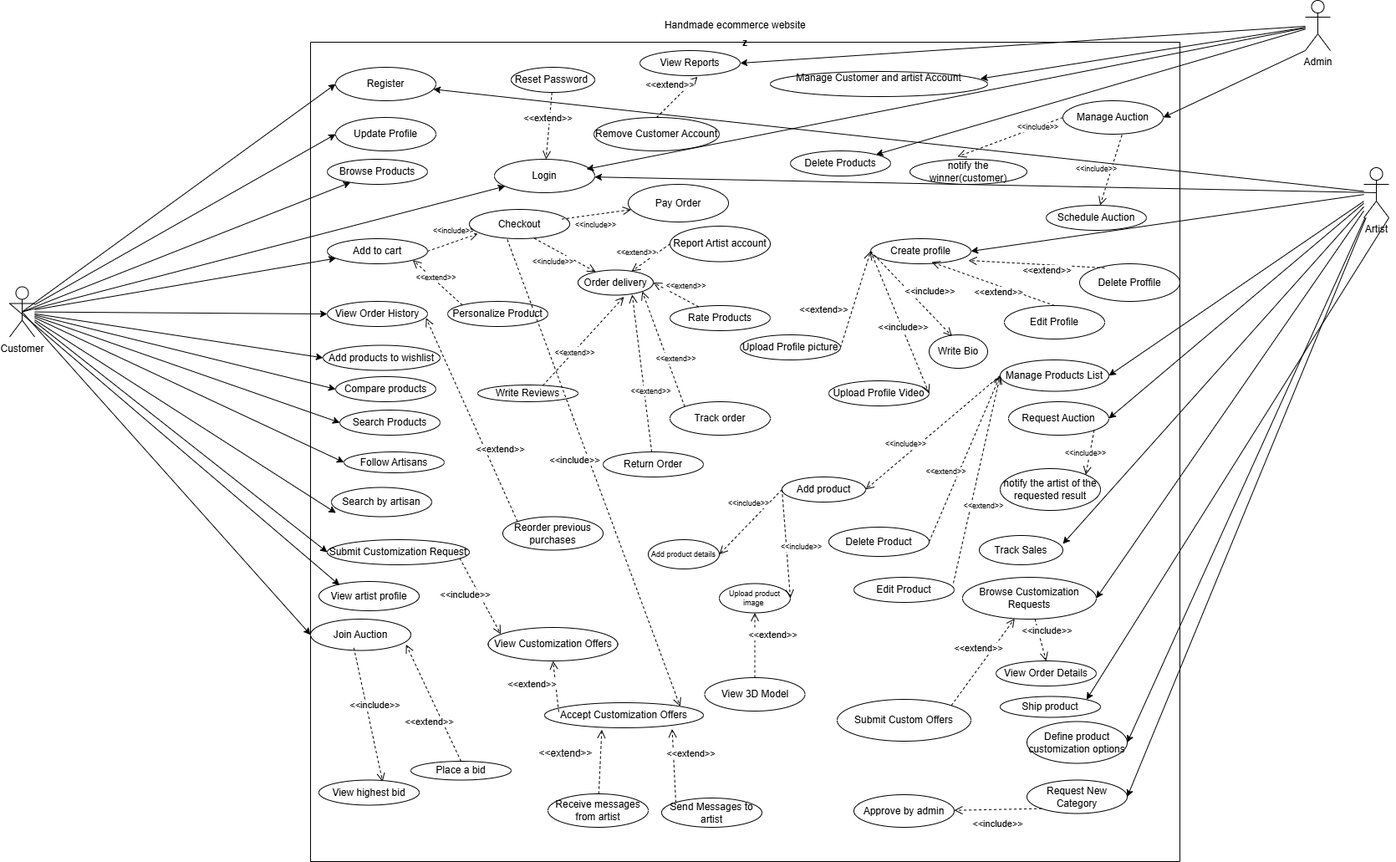
This is use case diagram/usecasefinal.drawio (1).png from alibedair/Graduation-Project, a draw.io export, as it was before one commit. Source tidied: cells renumbered, new cells last; positions are measured from the earlier drawing's top-left corner, leaving out a move shared by most shapes.
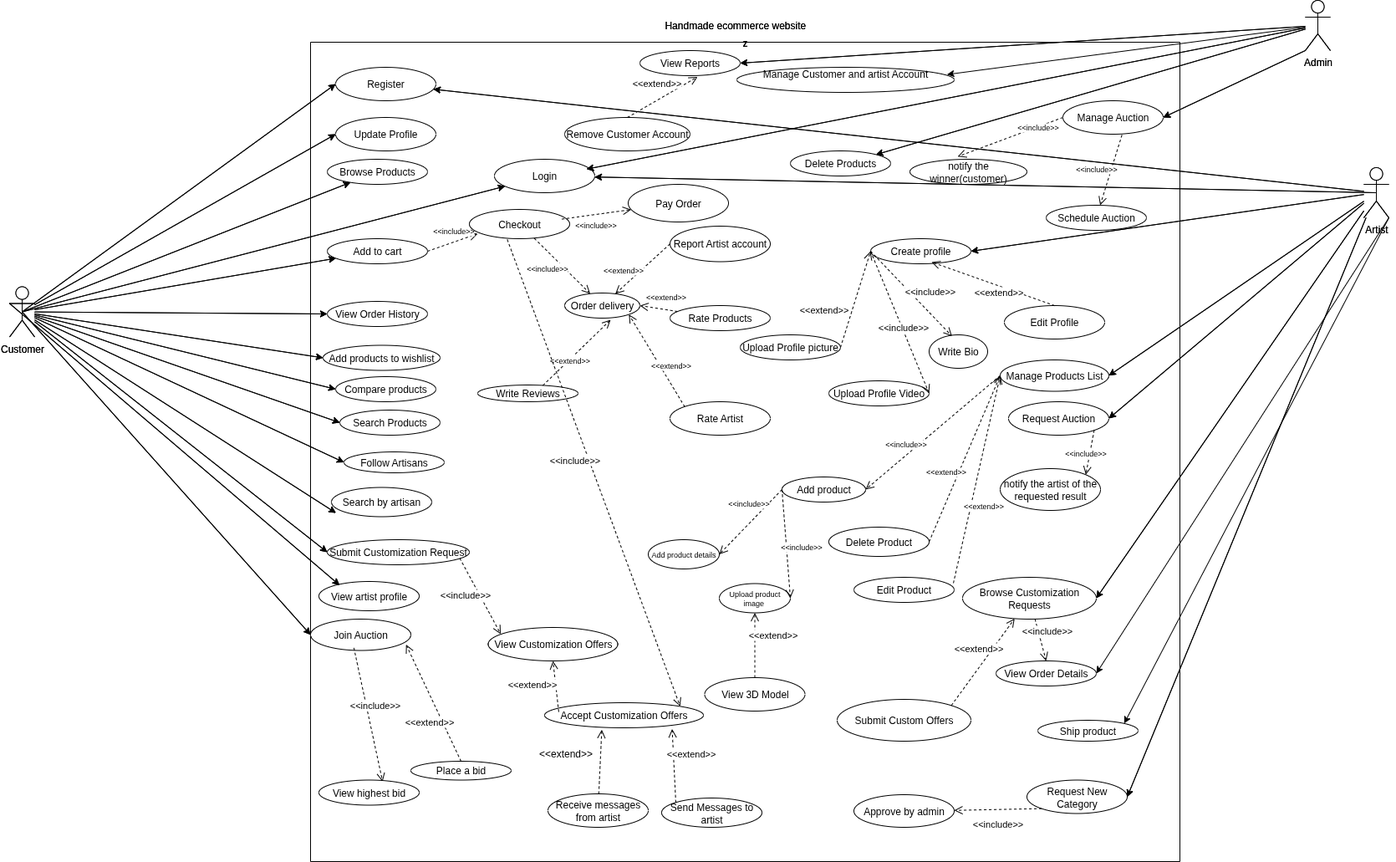
After the change.

Commit message:
Update Use Case diagram to match requirements

The edit, as a diff of the source:
```diff
@@ -14,12 +14,6 @@
     <mxCell id="5" value="Login" style="ellipse;whiteSpace=wrap;html=1;" parent="3" vertex="1">
       <mxGeometry x="220" y="140" width="120" height="40" as="geometry" />
     </mxCell>
-    <mxCell id="6" value="Reset Password&amp;nbsp;" style="ellipse;whiteSpace=wrap;html=1;" parent="3" vertex="1">
-      <mxGeometry x="240" y="30" width="100" height="30" as="geometry" />
-    </mxCell>
-    <mxCell id="7" value="&amp;lt;&amp;lt;extend&amp;gt;&amp;gt;" style="html=1;verticalAlign=bottom;endArrow=open;dashed=1;endSize=8;curved=0;rounded=0;" parent="3" edge="1" source="6" target="5">
-      <mxGeometry x="-0.01" y="-1" relative="1" as="geometry" />
-    </mxCell>
     <mxCell id="8" value="Update Profile" style="ellipse;whiteSpace=wrap;html=1;" parent="3" vertex="1">
       <mxGeometry x="30" y="90" width="120" height="40" as="geometry" />
     </mxCell>
@@ -33,7 +27,7 @@
       <mxGeometry relative="1" as="geometry" />
     </mxCell>
     <mxCell id="12" value="Order delivery" style="ellipse;whiteSpace=wrap;html=1;" parent="3" vertex="1">
-      <mxGeometry x="320" y="272.5" width="90" height="30" as="geometry" />
+      <mxGeometry x="304" y="300" width="90" height="30" as="geometry" />
     </mxCell>
     <mxCell id="13" style="edgeStyle=orthogonalEdgeStyle;rounded=0;orthogonalLoop=1;jettySize=auto;html=1;exitX=0.5;exitY=1;exitDx=0;exitDy=0;" parent="3" edge="1" source="12" target="12">
       <mxGeometry relative="1" as="geometry" />
@@ -44,12 +38,6 @@
     <mxCell id="15" value="View Order History" style="ellipse;whiteSpace=wrap;html=1;" parent="3" vertex="1">
       <mxGeometry x="20" y="310" width="120" height="30" as="geometry" />
     </mxCell>
-    <mxCell id="16" value="Reorder previous purchases" style="ellipse;whiteSpace=wrap;html=1;" parent="3" vertex="1">
-      <mxGeometry x="230" y="567.5" width="120" height="40" as="geometry" />
-    </mxCell>
-    <mxCell id="17" value="&amp;lt;&amp;lt;extend&amp;gt;&amp;gt;" style="html=1;verticalAlign=bottom;endArrow=open;dashed=1;endSize=8;curved=0;rounded=0;entryX=0.985;entryY=0.66;entryDx=0;entryDy=0;entryPerimeter=0;exitX=0;exitY=0;exitDx=0;exitDy=0;" parent="3" edge="1" source="16" target="15">
-      <mxGeometry x="-0.41" y="-13" relative="1" as="geometry" />
-    </mxCell>
     <mxCell id="18" value="Rate Products" style="ellipse;whiteSpace=wrap;html=1;" parent="3" vertex="1">
       <mxGeometry x="430" y="315" width="120" height="30" as="geometry" />
     </mxCell>
@@ -66,10 +54,10 @@
       <mxGeometry x="40" y="490" width="120" height="25" as="geometry" />
     </mxCell>
     <mxCell id="23" value="Manage Customer and artist Account&lt;div&gt;&lt;br&gt;&lt;/div&gt;" style="ellipse;whiteSpace=wrap;html=1;" parent="3" vertex="1">
-      <mxGeometry x="550" y="35" width="260" height="30" as="geometry" />
+      <mxGeometry x="510" y="30" width="260" height="30" as="geometry" />
     </mxCell>
     <mxCell id="24" value="Remove Customer Account" style="ellipse;whiteSpace=wrap;html=1;" parent="3" vertex="1">
-      <mxGeometry x="339" y="90" width="150" height="40" as="geometry" />
+      <mxGeometry x="304" y="90" width="150" height="40" as="geometry" />
     </mxCell>
     <mxCell id="25" value="View Reports" style="ellipse;whiteSpace=wrap;html=1;" parent="3" vertex="1">
       <mxGeometry x="394" y="10" width="120" height="30" as="geometry" />
@@ -116,12 +104,6 @@
     <mxCell id="39" value="Edit Product" style="ellipse;whiteSpace=wrap;html=1;" parent="3" vertex="1">
       <mxGeometry x="650" y="640" width="120" height="30" as="geometry" />
     </mxCell>
-    <mxCell id="40" value="Return Order" style="ellipse;whiteSpace=wrap;html=1;" parent="3" vertex="1">
-      <mxGeometry x="350" y="490" width="120" height="30" as="geometry" />
-    </mxCell>
-    <mxCell id="41" value="Track Sales" style="ellipse;whiteSpace=wrap;html=1;" parent="3" vertex="1">
-      <mxGeometry x="800" y="590" width="100" height="35" as="geometry" />
-    </mxCell>
     <mxCell id="42" value="Manage Products List" style="ellipse;whiteSpace=wrap;html=1;" parent="3" vertex="1">
       <mxGeometry x="825" y="380" width="130" height="37.5" as="geometry" />
     </mxCell>
@@ -194,32 +176,15 @@
     <mxCell id="63" value="Search by artisan" style="ellipse;whiteSpace=wrap;html=1;" parent="3" vertex="1">
       <mxGeometry x="25" y="532.5" width="120" height="35" as="geometry" />
     </mxCell>
-    <mxCell id="64" value="Personalize Product" style="ellipse;whiteSpace=wrap;html=1;" parent="3" vertex="1">
-      <mxGeometry x="164" y="310" width="120" height="30" as="geometry" />
-    </mxCell>
-    <mxCell id="65" value="&lt;font style=&quot;font-size: 9px;&quot;&gt;&amp;lt;&amp;lt;extend&amp;gt;&amp;gt;&lt;/font&gt;" style="html=1;verticalAlign=bottom;endArrow=open;dashed=1;endSize=8;curved=0;rounded=0;entryX=1;entryY=1;entryDx=0;entryDy=0;exitX=0;exitY=0;exitDx=0;exitDy=0;" parent="3" edge="1" source="64" target="10">
-      <mxGeometry x="-0.01" y="3" relative="1" as="geometry" />
-    </mxCell>
     <mxCell id="66" value="View Order Details" style="ellipse;whiteSpace=wrap;html=1;" parent="3" vertex="1">
       <mxGeometry x="820" y="740" width="120" height="30" as="geometry" />
     </mxCell>
     <mxCell id="67" value="Ship product" style="ellipse;whiteSpace=wrap;html=1;" parent="3" vertex="1">
-      <mxGeometry x="825" y="782.5" width="120" height="25" as="geometry" />
+      <mxGeometry x="870" y="811" width="120" height="25" as="geometry" />
     </mxCell>
-    <mxCell id="68" value="Define product customization options" style="ellipse;whiteSpace=wrap;html=1;" parent="3" vertex="1">
-      <mxGeometry x="857" y="812.5" width="120" height="50" as="geometry" />
-    </mxCell>
     <mxCell id="69" value="&amp;lt;&amp;lt;extend&amp;gt;&amp;gt;" style="html=1;verticalAlign=bottom;endArrow=open;dashed=1;endSize=8;curved=0;rounded=0;entryX=0.608;entryY=0.933;entryDx=0;entryDy=0;exitX=0.5;exitY=0;exitDx=0;exitDy=0;entryPerimeter=0;" parent="3" edge="1" source="31" target="28">
       <mxGeometry x="-0.16" y="16" relative="1" as="geometry" />
     </mxCell>
-    <mxCell id="70" value="Delete Proffile" style="ellipse;whiteSpace=wrap;html=1;" parent="3" vertex="1">
-      <mxGeometry x="920" y="265" width="120" height="45" as="geometry" />
-    </mxCell>
-    <mxCell id="71" value="&amp;lt;&amp;lt;extend&amp;gt;&amp;gt;" style="html=1;verticalAlign=bottom;endArrow=open;dashed=1;endSize=8;curved=0;rounded=0;entryX=0.975;entryY=0.867;entryDx=0;entryDy=0;entryPerimeter=0;" parent="3" edge="1" target="28">
-      <mxGeometry x="-0.16" y="16" relative="1" as="geometry">
-        <mxPoint x="950" y="270" as="sourcePoint" />
-      </mxGeometry>
-    </mxCell>
     <mxCell id="72" value="Join Auction" style="ellipse;whiteSpace=wrap;html=1;" parent="3" vertex="1">
       <mxGeometry y="690" width="120" height="37.5" as="geometry" />
     </mxCell>
@@ -250,7 +215,7 @@
     <mxCell id="81" value="&amp;lt;&amp;lt;include&amp;gt;&amp;gt;" style="html=1;verticalAlign=bottom;endArrow=open;dashed=1;endSize=8;curved=0;rounded=0;entryX=0.408;entryY=-0.106;entryDx=0;entryDy=0;exitX=0;exitY=0.5;exitDx=0;exitDy=0;fontSize=9;entryPerimeter=0;" parent="3" edge="1" source="77" target="80">
       <mxGeometry x="-0.48" y="8" relative="1" as="geometry" />
     </mxCell>
-    <mxCell id="82" value="Track order" style="ellipse;whiteSpace=wrap;html=1;" parent="3" vertex="1">
+    <mxCell id="82" value="Rate Artist" style="ellipse;whiteSpace=wrap;html=1;" parent="3" vertex="1">
       <mxGeometry x="430" y="430" width="120" height="40" as="geometry" />
     </mxCell>
     <mxCell id="83" value="&lt;font style=&quot;font-size: 9px;&quot;&gt;&amp;lt;&amp;lt;extend&amp;gt;&amp;gt;&lt;/font&gt;" style="html=1;verticalAlign=bottom;endArrow=open;dashed=1;endSize=8;curved=0;rounded=0;entryX=1;entryY=1;entryDx=0;entryDy=0;exitX=0;exitY=0;exitDx=0;exitDy=0;" parent="3" edge="1" source="82" target="12">
@@ -276,9 +241,6 @@
     <mxCell id="89" value="&lt;font style=&quot;font-size: 9px;&quot;&gt;&amp;lt;&amp;lt;extend&amp;gt;&amp;gt;&lt;/font&gt;" style="html=1;verticalAlign=bottom;endArrow=open;dashed=1;endSize=8;curved=0;rounded=0;entryX=1;entryY=0.5;entryDx=0;entryDy=0;" parent="3" edge="1" source="18" target="12">
       <mxGeometry x="-0.33" y="-7" relative="1" as="geometry" />
     </mxCell>
-    <mxCell id="90" value="&lt;font style=&quot;font-size: 9px;&quot;&gt;&amp;lt;&amp;lt;extend&amp;gt;&amp;gt;&lt;/font&gt;" style="html=1;verticalAlign=bottom;endArrow=open;dashed=1;endSize=8;curved=0;rounded=0;entryX=0.72;entryY=0.976;entryDx=0;entryDy=0;entryPerimeter=0;" parent="3" edge="1" source="40" target="12">
-      <mxGeometry x="-0.33" y="-7" relative="1" as="geometry" />
-    </mxCell>
     <mxCell id="91" value="Checkout" style="ellipse;whiteSpace=wrap;html=1;" parent="3" vertex="1">
       <mxGeometry x="190" y="200" width="120" height="35" as="geometry" />
     </mxCell>
@@ -382,9 +344,6 @@
     <mxCell id="123" style="endArrow=classic;html=1;rounded=0;entryX=0.918;entryY=0.295;entryDx=0;entryDy=0;entryPerimeter=0;" parent="1" edge="1" source="114" target="5">
       <mxGeometry relative="1" as="geometry" />
     </mxCell>
-    <mxCell id="124" style="endArrow=classic;html=1;rounded=0;entryX=1;entryY=0.286;entryDx=0;entryDy=0;entryPerimeter=0;" parent="1" edge="1" source="118" target="41">
-      <mxGeometry relative="1" as="geometry" />
-    </mxCell>
     <mxCell id="125" style="endArrow=classic;html=1;rounded=0;entryX=0;entryY=0.5;entryDx=0;entryDy=0;" parent="1" edge="1" source="2" target="45">
       <mxGeometry relative="1" as="geometry" />
     </mxCell>
@@ -400,9 +359,6 @@
     <mxCell id="129" style="endArrow=classic;html=1;rounded=0;exitX=1;exitY=1;exitDx=0;exitDy=0;exitPerimeter=0;entryX=1;entryY=0;entryDx=0;entryDy=0;" parent="1" edge="1" source="118" target="67">
       <mxGeometry relative="1" as="geometry" />
     </mxCell>
-    <mxCell id="130" style="endArrow=classic;html=1;rounded=0;entryX=1;entryY=0.5;entryDx=0;entryDy=0;" parent="1" edge="1" source="118" target="68">
-      <mxGeometry relative="1" as="geometry" />
-    </mxCell>
     <mxCell id="131" style="endArrow=classic;html=1;rounded=0;exitX=0.5;exitY=0.5;exitDx=0;exitDy=0;exitPerimeter=0;entryX=0;entryY=0.5;entryDx=0;entryDy=0;" parent="1" edge="1" source="2" target="72">
       <mxGeometry relative="1" as="geometry" />
     </mxCell>
@@ -418,5 +374,145 @@
     <mxCell id="135" style="endArrow=classic;html=1;rounded=0;" parent="1" edge="1" source="118" target="4">
       <mxGeometry relative="1" as="geometry" />
     </mxCell>
+    <mxCell id="136" value="Customer" style="shape=umlActor;verticalLabelPosition=bottom;verticalAlign=top;html=1;outlineConnect=0;" parent="1" vertex="1">
+      <mxGeometry y="342.5" width="30" height="60" as="geometry" />
+    </mxCell>
+    <mxCell id="137" value="Handmade ecommerce website&amp;nbsp;" style="text;html=1;align=center;verticalAlign=middle;whiteSpace=wrap;rounded=0;" parent="1" vertex="1">
+      <mxGeometry x="770" y="15" width="200" height="30" as="geometry" />
+    </mxCell>
+    <mxCell id="138" style="endArrow=classic;html=1;rounded=0;exitX=0.5;exitY=0.5;exitDx=0;exitDy=0;exitPerimeter=0;entryX=0;entryY=0.5;entryDx=0;entryDy=0;" parent="1" edge="1" source="136">
+      <mxGeometry relative="1" as="geometry">
+        <mxPoint x="390" y="100" as="targetPoint" />
+      </mxGeometry>
+    </mxCell>
+    <mxCell id="139" style="endArrow=classic;html=1;rounded=0;exitX=0.5;exitY=0.5;exitDx=0;exitDy=0;exitPerimeter=0;" parent="1" edge="1" source="136">
+      <mxGeometry relative="1" as="geometry">
+        <mxPoint x="592.6" y="222.3" as="targetPoint" />
+      </mxGeometry>
+    </mxCell>
+    <mxCell id="140" style="endArrow=classic;html=1;rounded=0;entryX=0;entryY=0.5;entryDx=0;entryDy=0;" parent="1" edge="1" source="136">
+      <mxGeometry relative="1" as="geometry">
+        <mxPoint x="390" y="160" as="targetPoint" />
+      </mxGeometry>
+    </mxCell>
+    <mxCell id="141" style="endArrow=classic;html=1;rounded=0;exitX=0.5;exitY=0.5;exitDx=0;exitDy=0;exitPerimeter=0;" parent="1" edge="1" source="136">
+      <mxGeometry relative="1" as="geometry">
+        <mxPoint x="407.8" y="217.7" as="targetPoint" />
+      </mxGeometry>
+    </mxCell>
+    <mxCell id="142" style="endArrow=classic;html=1;rounded=0;" parent="1" edge="1" source="136">
+      <mxGeometry relative="1" as="geometry">
+        <mxPoint x="390.3" y="308.4" as="targetPoint" />
+      </mxGeometry>
+    </mxCell>
+    <mxCell id="143" style="endArrow=classic;html=1;rounded=0;entryX=0;entryY=0.5;entryDx=0;entryDy=0;" parent="1" edge="1" source="136">
+      <mxGeometry relative="1" as="geometry">
+        <mxPoint x="380" y="375" as="targetPoint" />
+      </mxGeometry>
+    </mxCell>
+    <mxCell id="144" style="endArrow=classic;html=1;rounded=0;entryX=0;entryY=0.5;entryDx=0;entryDy=0;" parent="1" edge="1" source="136">
+      <mxGeometry relative="1" as="geometry">
+        <mxPoint x="375" y="427.5" as="targetPoint" />
+      </mxGeometry>
+    </mxCell>
+    <mxCell id="145" style="endArrow=classic;html=1;rounded=0;entryX=0;entryY=0.5;entryDx=0;entryDy=0;" parent="1" edge="1" source="136">
+      <mxGeometry relative="1" as="geometry">
+        <mxPoint x="390" y="465" as="targetPoint" />
+      </mxGeometry>
+    </mxCell>
+    <mxCell id="146" style="endArrow=classic;html=1;rounded=0;entryX=0;entryY=0.5;entryDx=0;entryDy=0;" parent="1" edge="1" source="136">
+      <mxGeometry relative="1" as="geometry">
+        <mxPoint x="400" y="552.5" as="targetPoint" />
+      </mxGeometry>
+    </mxCell>
+    <mxCell id="147" value="Admin" style="shape=umlActor;verticalLabelPosition=bottom;verticalAlign=top;html=1;outlineConnect=0;" parent="1" vertex="1">
+      <mxGeometry x="1550" width="30" height="60" as="geometry" />
+    </mxCell>
+    <mxCell id="148" style="endArrow=classic;html=1;rounded=0;entryX=1;entryY=0.5;entryDx=0;entryDy=0;" parent="1" edge="1" source="147">
+      <mxGeometry relative="1" as="geometry">
+        <mxPoint x="874" y="75" as="targetPoint" />
+      </mxGeometry>
+    </mxCell>
+    <mxCell id="149" style="endArrow=classic;html=1;rounded=0;entryX=1;entryY=0;entryDx=0;entryDy=0;" parent="1" edge="1" source="147">
+      <mxGeometry relative="1" as="geometry">
+        <mxPoint x="1036.4" y="184.4" as="targetPoint" />
+      </mxGeometry>
+    </mxCell>
+    <mxCell id="150" value="Artist" style="shape=umlActor;verticalLabelPosition=bottom;verticalAlign=top;html=1;outlineConnect=0;" parent="1" vertex="1">
+      <mxGeometry x="1620" y="200" width="30" height="60" as="geometry" />
+    </mxCell>
+    <mxCell id="151" style="endArrow=classic;html=1;rounded=0;entryX=1;entryY=0.5;entryDx=0;entryDy=0;" parent="1" edge="1" source="150">
+      <mxGeometry relative="1" as="geometry">
+        <mxPoint x="1150" y="300" as="targetPoint" />
+      </mxGeometry>
+    </mxCell>
+    <mxCell id="152" style="endArrow=classic;html=1;rounded=0;entryX=1;entryY=0.5;entryDx=0;entryDy=0;" parent="1" edge="1" source="150">
+      <mxGeometry relative="1" as="geometry">
+        <mxPoint x="1315" y="448.8" as="targetPoint" />
+      </mxGeometry>
+    </mxCell>
+    <mxCell id="153" style="endArrow=classic;html=1;rounded=0;entryX=1;entryY=0.5;entryDx=0;entryDy=0;" parent="1" edge="1" source="150">
+      <mxGeometry relative="1" as="geometry">
+        <mxPoint x="1337" y="952.5" as="targetPoint" />
+      </mxGeometry>
+    </mxCell>
+    <mxCell id="154" style="endArrow=classic;html=1;rounded=0;exitX=0.5;exitY=0.5;exitDx=0;exitDy=0;exitPerimeter=0;" parent="1" edge="1" source="150">
+      <mxGeometry relative="1" as="geometry">
+        <mxPoint x="699.9" y="211.2" as="targetPoint" />
+      </mxGeometry>
+    </mxCell>
+    <mxCell id="155" style="endArrow=classic;html=1;rounded=0;entryX=0.918;entryY=0.295;entryDx=0;entryDy=0;entryPerimeter=0;" parent="1" edge="1" source="147">
+      <mxGeometry relative="1" as="geometry">
+        <mxPoint x="690.2" y="201.8" as="targetPoint" />
+      </mxGeometry>
+    </mxCell>
+    <mxCell id="156" style="endArrow=classic;html=1;rounded=0;entryX=0;entryY=0.5;entryDx=0;entryDy=0;" parent="1" edge="1" source="136">
+      <mxGeometry relative="1" as="geometry">
+        <mxPoint x="380" y="660" as="targetPoint" />
+      </mxGeometry>
+    </mxCell>
+    <mxCell id="157" style="endArrow=classic;html=1;rounded=0;entryX=1;entryY=0.5;entryDx=0;entryDy=0;" parent="1" edge="1" source="150">
+      <mxGeometry relative="1" as="geometry">
+        <mxPoint x="1300" y="715" as="targetPoint" />
+      </mxGeometry>
+    </mxCell>
+    <mxCell id="158" style="endArrow=classic;html=1;rounded=0;entryX=0;entryY=0.5;entryDx=0;entryDy=0;" parent="1" edge="1" source="136">
+      <mxGeometry relative="1" as="geometry">
+        <mxPoint x="395" y="505" as="targetPoint" />
+      </mxGeometry>
+    </mxCell>
+    <mxCell id="159" style="endArrow=classic;html=1;rounded=0;entryX=0.045;entryY=0.872;entryDx=0;entryDy=0;entryPerimeter=0;" parent="1" edge="1" source="136">
+      <mxGeometry relative="1" as="geometry">
+        <mxPoint x="390.4" y="613" as="targetPoint" />
+      </mxGeometry>
+    </mxCell>
+    <mxCell id="160" style="endArrow=classic;html=1;rounded=0;exitX=1;exitY=1;exitDx=0;exitDy=0;exitPerimeter=0;entryX=1;entryY=0.5;entryDx=0;entryDy=0;" parent="1" edge="1" source="150" target="66">
+      <mxGeometry relative="1" as="geometry" />
+    </mxCell>
+    <mxCell id="161" style="endArrow=classic;html=1;rounded=0;exitX=0.5;exitY=0.5;exitDx=0;exitDy=0;exitPerimeter=0;entryX=0;entryY=0.5;entryDx=0;entryDy=0;" parent="1" edge="1" source="136">
+      <mxGeometry relative="1" as="geometry">
+        <mxPoint x="360" y="758.8" as="targetPoint" />
+      </mxGeometry>
+    </mxCell>
+    <mxCell id="162" style="endArrow=classic;html=1;rounded=0;entryX=1;entryY=0.5;entryDx=0;entryDy=0;" parent="1" edge="1" source="150">
+      <mxGeometry relative="1" as="geometry">
+        <mxPoint x="1315" y="500" as="targetPoint" />
+      </mxGeometry>
+    </mxCell>
+    <mxCell id="163" style="endArrow=classic;html=1;rounded=0;exitX=0;exitY=1;exitDx=0;exitDy=0;exitPerimeter=0;entryX=1;entryY=0.5;entryDx=0;entryDy=0;" parent="1" edge="1" source="147">
+      <mxGeometry relative="1" as="geometry">
+        <mxPoint x="1380" y="140" as="targetPoint" />
+      </mxGeometry>
+    </mxCell>
+    <mxCell id="164" style="endArrow=classic;html=1;rounded=0;entryX=0.206;entryY=0.126;entryDx=0;entryDy=0;entryPerimeter=0;exitX=0;exitY=0.3333333333333333;exitDx=0;exitDy=0;exitPerimeter=0;" parent="1" edge="1" source="136">
+      <mxGeometry relative="1" as="geometry">
+        <mxPoint x="394.7" y="699.4" as="targetPoint" />
+      </mxGeometry>
+    </mxCell>
+    <mxCell id="165" style="endArrow=classic;html=1;rounded=0;" parent="1" edge="1" source="150">
+      <mxGeometry relative="1" as="geometry">
+        <mxPoint x="507" y="106.3" as="targetPoint" />
+      </mxGeometry>
+    </mxCell>
   </root>
 </mxGraphModel>
```
